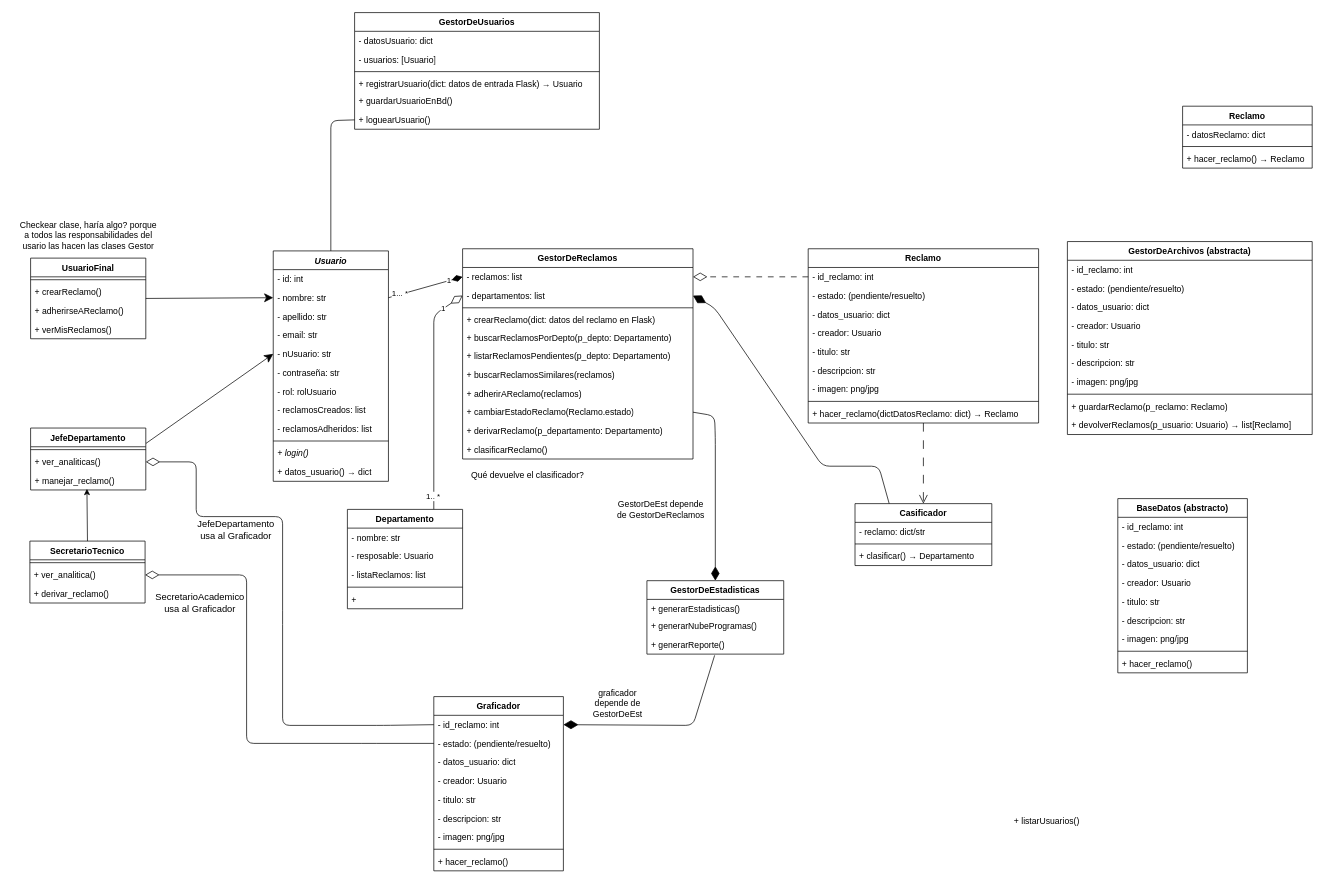
Above: page "UML" (1 of 3) of TrabajoPractico_3/docs/diagrama_UML_TP3.drawio in FelipeCarrozzo/prog_avanzada (draw.io), before the change. Source tidied: cells renumbered, new cells numbered last; positions are measured from the earlier drawing's top-left corner, leaving out a move shared by most shapes. Both pictures are drawn from the tidied source at 72%, with x=0, y=0 at pixel (12, 12).
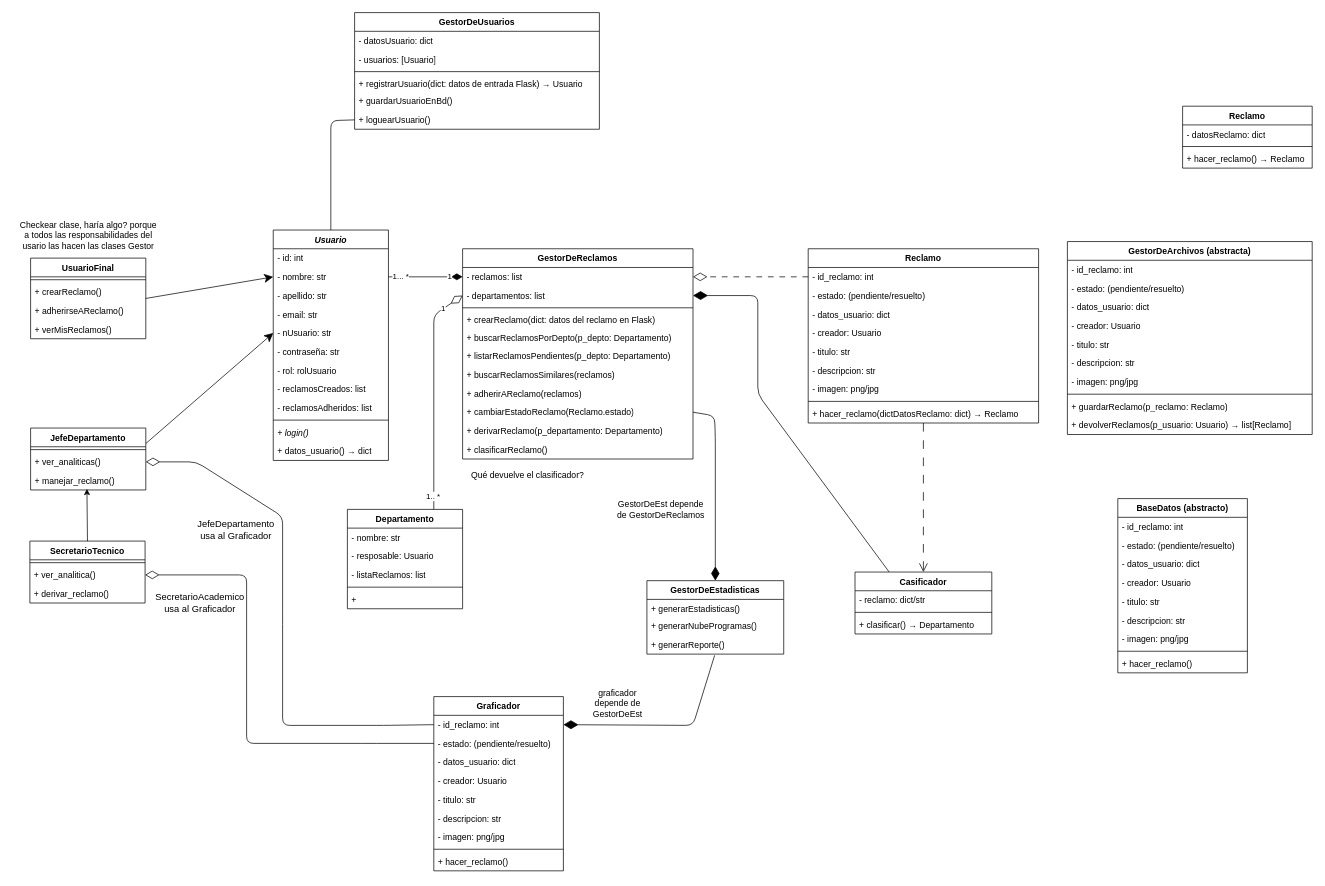
After the change.

Commit message:
bueno unos cambiecitos mas

Unchanged cells that the change refers to:
```xml
<mxCell id="28" value="+ ver_analiticas()" style="text;strokeColor=none;fillColor=none;align=left;verticalAlign=top;spacingLeft=4;spacingRight=4;overflow=hidden;points=[[0,0.5],[1,0.5]];portConstraint=eastwest;whiteSpace=wrap;html=1;" parent="26" vertex="1">
  <mxGeometry y="34" width="160" height="26" as="geometry" />
</mxCell>
<mxCell id="57" value="- departamentos: list" style="text;strokeColor=none;fillColor=none;align=left;verticalAlign=top;spacingLeft=4;spacingRight=4;overflow=hidden;points=[[0,0.5],[1,0.5]];portConstraint=eastwest;whiteSpace=wrap;html=1;" parent="55" vertex="1">
  <mxGeometry y="52" width="320" height="26" as="geometry" />
</mxCell>
<mxCell id="72" value="- id_reclamo: int" style="text;strokeColor=none;fillColor=none;align=left;verticalAlign=top;spacingLeft=4;spacingRight=4;overflow=hidden;points=[[0,0.5],[1,0.5]];portConstraint=eastwest;whiteSpace=wrap;html=1;" parent="71" vertex="1">
  <mxGeometry y="26" width="180" height="26" as="geometry" />
</mxCell>
```

The edit, as a diff of the source:
```diff
@@
     <mxCell id="8" value="&lt;i&gt;&lt;font style=&quot;color: rgb(0, 0, 0);&quot;&gt;Usuario&lt;/font&gt;&lt;/i&gt;" style="swimlane;fontStyle=1;align=center;verticalAlign=top;horizontal=1;startSize=26;whiteSpace=wrap;html=1;" parent="1" vertex="1">
-      <mxGeometry x="362" y="331" width="160" height="320" as="geometry" />
+      <mxGeometry x="362" y="302" width="160" height="320" as="geometry" />
     </mxCell>
@@
     <mxCell id="41" style="edgeStyle=none;html=1;endArrow=diamondThin;endFill=1;endSize=18;entryX=1;entryY=0.5;entryDx=0;entryDy=0;exitX=0.25;exitY=0;exitDx=0;exitDy=0;" parent="1" edge="1" source="42" target="57">
       <mxGeometry relative="1" as="geometry">
         <Array as="points">
-          <mxPoint x="1203" y="630" />
-          <mxPoint x="1125" y="630" />
-          <mxPoint x="975" y="410" />
+          <mxPoint x="1035" y="530" />
+          <mxPoint x="1035" y="393" />
         </Array>
       </mxGeometry>
     </mxCell>
     <mxCell id="42" value="Casificador" style="swimlane;fontStyle=1;align=center;verticalAlign=top;horizontal=1;startSize=26;whiteSpace=wrap;html=1;" parent="1" vertex="1">
-      <mxGeometry x="1170" y="682" width="190" height="86" as="geometry" />
+      <mxGeometry x="1170" y="777" width="190" height="86" as="geometry" />
     </mxCell>
@@
     <mxCell id="83" style="edgeStyle=none;html=1;exitX=0;exitY=0.5;exitDx=0;exitDy=0;endArrow=diamondThin;endFill=0;endSize=17;entryX=1;entryY=0.5;entryDx=0;entryDy=0;" parent="1" edge="1" source="72" target="28">
       <mxGeometry relative="1" as="geometry">
         <Array as="points">
           <mxPoint x="515" y="990" />
           <mxPoint x="375" y="990" />
           <mxPoint x="375" y="840" />
           <mxPoint x="375" y="700" />
-          <mxPoint x="255" y="700" />
           <mxPoint x="255" y="624" />
         </Array>
       </mxGeometry>
     </mxCell>
@@
-    <mxCell id="117" value="+ listarUsuarios()" style="text;strokeColor=none;fillColor=none;align=left;verticalAlign=top;spacingLeft=4;spacingRight=4;overflow=hidden;whiteSpace=wrap;html=1;" parent="1" vertex="1">
-      <mxGeometry x="1385" y="1110" width="340" height="26" as="geometry" />
-    </mxCell>
```
